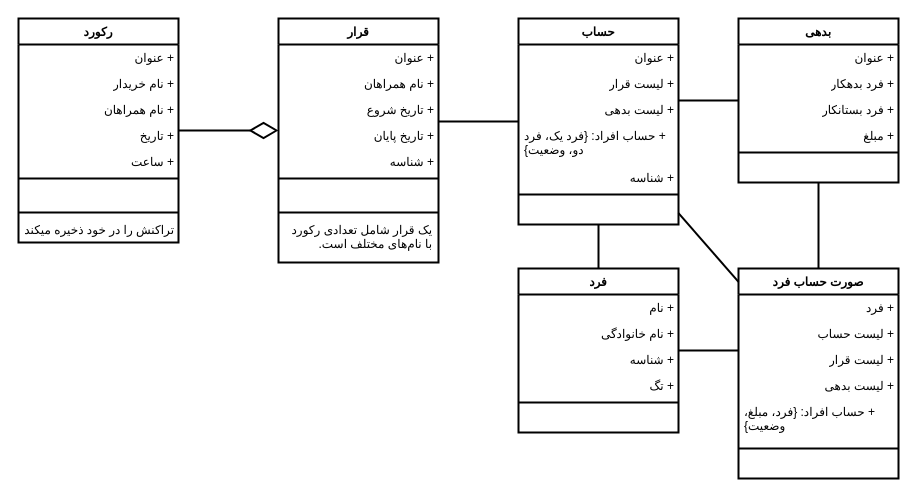
moharamzadeh/lets-go-dutch keeps this draw.io diagram as page "Class" (1 of 14) of UML.drawio. Above is the earlier version. Source tidied: cells renumbered, new cells numbered last; positions are measured from the earlier drawing's top-left corner, leaving out a move shared by most shapes. Both pictures are drawn from the tidied source at 100%, with x=0, y=0 at pixel (18, 18).
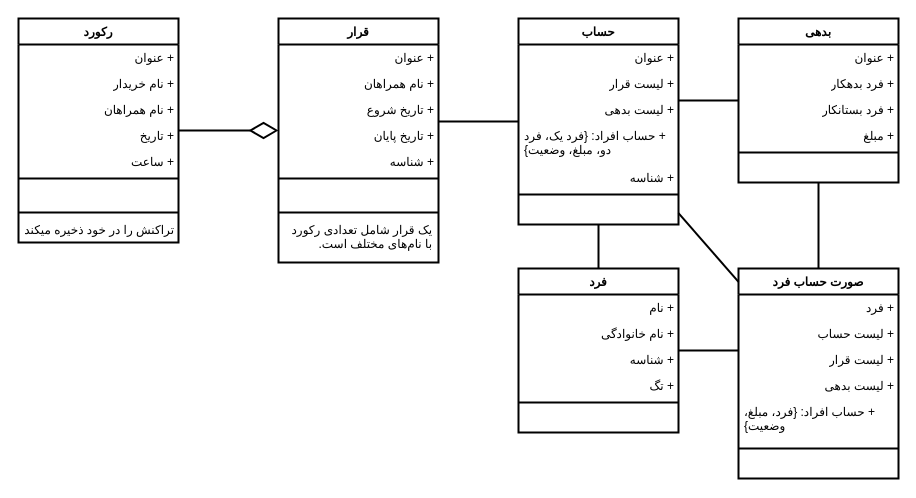
After the change.

The change refers to these unchanged cells:
```xml
<mxCell id="30" value="حساب" style="swimlane;fontStyle=1;align=center;verticalAlign=top;horizontal=1;startSize=26;fontFamily=Vazirmatn;whiteSpace=wrap;html=1;textDirection=rtl;strokeWidth=2;" parent="1" vertex="1">
  <mxGeometry x="500" width="160" height="206" as="geometry" />
</mxCell>
```

The edit, as a diff of the source:
```diff
@@
-    <mxCell id="34" value="+ حساب افراد: {فرد یک، فرد دو، وضعیت}" style="text;strokeColor=none;fillColor=none;align=left;verticalAlign=top;spacingLeft=4;spacingRight=4;overflow=hidden;fontFamily=Vazirmatn;whiteSpace=wrap;html=1;textDirection=rtl;strokeWidth=2;" parent="30" vertex="1">
+    <mxCell id="34" value="+ حساب افراد: {فرد یک، فرد دو، مبلغ، وضعیت}" style="text;strokeColor=none;fillColor=none;align=left;verticalAlign=top;spacingLeft=4;spacingRight=4;overflow=hidden;fontFamily=Vazirmatn;whiteSpace=wrap;html=1;textDirection=rtl;strokeWidth=2;" parent="30" vertex="1">
       <mxGeometry y="104" width="160" height="42" as="geometry" />
     </mxCell>
```
